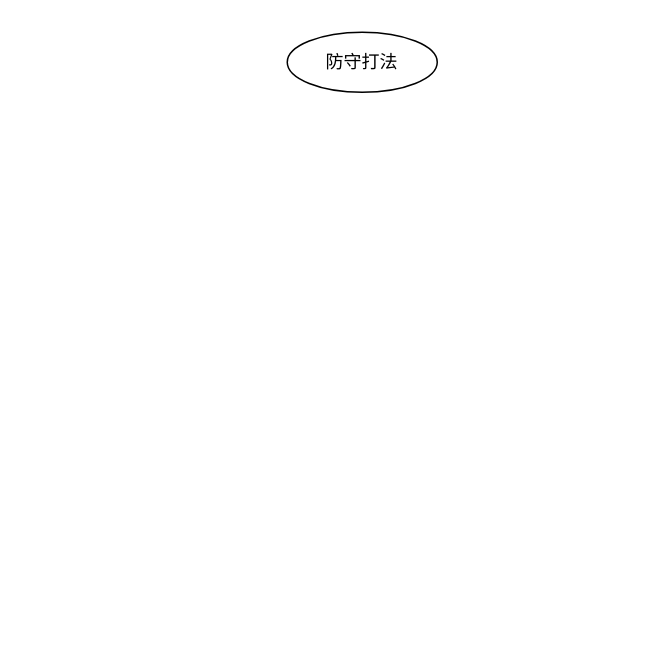
This is page "Page-1" (1 of 3) of 描述语言RDF图.drawio from Icarus1994/neutron_conf, a draw.io file, before an edit. Source tidied: cells renumbered, new cells numbered last; positions are measured from the earlier drawing's top-left corner, leaving out a move shared by most shapes. Both pictures are drawn from the tidied source at 150%, with x=0, y=0 at pixel (286, 32).
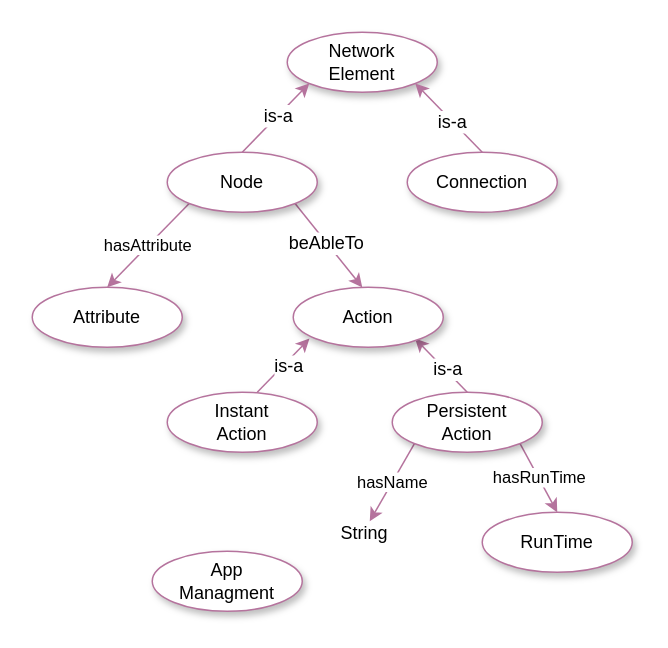
The same page after the edit.

Commit message:
Update 描述语言RDF图.drawio

The edit, as a diff of the source:
```diff
@@
-    <mxCell id="2" value="防守打法" style="ellipse;whiteSpace=wrap;html=1;align=center;" parent="1" vertex="1">
+    <mxCell id="2" value="Network&lt;br&gt;Element" style="ellipse;whiteSpace=wrap;html=1;align=center;shadow=1;fillColor=#FFFFFF;strokeColor=#B5739D;" parent="1" vertex="1">
       <mxGeometry width="100" height="40" as="geometry" />
     </mxCell>
+    <mxCell id="3" style="rounded=0;jettySize=auto;html=1;exitX=0.5;exitY=0;exitDx=0;exitDy=0;entryX=0;entryY=1;entryDx=0;entryDy=0;strokeColor=#B5739D;" parent="1" edge="1" source="18" target="2">
+      <mxGeometry relative="1" as="geometry" />
+    </mxCell>
+    <mxCell id="4" value="is-a" style="text;html=1;align=center;verticalAlign=middle;labelBackgroundColor=#ffffff;" parent="3" vertex="1">
+      <mxGeometry x="0.06" relative="1" as="geometry" />
+    </mxCell>
+    <mxCell id="5" style="edgeStyle=none;rounded=0;orthogonalLoop=1;jettySize=auto;html=1;exitX=1;exitY=1;exitDx=0;exitDy=0;entryX=0.5;entryY=0;entryDx=0;entryDy=0;strokeColor=#B5739D;" parent="1" edge="1">
+      <mxGeometry relative="1" as="geometry">
+        <mxPoint x="5.2" y="114.2" as="sourcePoint" />
+        <mxPoint x="50" y="170" as="targetPoint" />
+      </mxGeometry>
+    </mxCell>
+    <mxCell id="6" value="beAbleTo" style="text;html=1;align=center;verticalAlign=middle;labelBackgroundColor=#ffffff;" parent="5" vertex="1">
+      <mxGeometry x="-0.07" y="-1" relative="1" as="geometry" />
+    </mxCell>
+    <mxCell id="7" value="hasAttribute" style="edgeStyle=none;rounded=0;jettySize=auto;html=1;exitX=0;exitY=1;exitDx=0;exitDy=0;entryX=0.5;entryY=0;entryDx=0;entryDy=0;strokeColor=#B5739D;" parent="1" edge="1" source="18">
+      <mxGeometry relative="1" as="geometry">
+        <mxPoint x="-120" y="170" as="targetPoint" />
+      </mxGeometry>
+    </mxCell>
+    <mxCell id="8" style="edgeStyle=none;rounded=0;jettySize=auto;html=1;exitX=0.5;exitY=0;exitDx=0;exitDy=0;entryX=1;entryY=1;entryDx=0;entryDy=0;strokeColor=#B5739D;" parent="1" edge="1" source="17" target="2">
+      <mxGeometry relative="1" as="geometry" />
+    </mxCell>
+    <mxCell id="9" value="is-a" style="text;html=1;align=center;verticalAlign=middle;labelBackgroundColor=#ffffff;" parent="8" vertex="1">
+      <mxGeometry x="-0.1" y="1" relative="1" as="geometry" />
+    </mxCell>
+    <mxCell id="10" style="edgeStyle=none;rounded=0;orthogonalLoop=1;jettySize=auto;html=1;exitX=0.5;exitY=0;exitDx=0;exitDy=0;entryX=0;entryY=1;entryDx=0;entryDy=0;strokeColor=#B5739D;" parent="1" edge="1">
+      <mxGeometry relative="1" as="geometry">
+        <mxPoint x="-20" y="240" as="sourcePoint" />
+        <mxPoint x="14.8" y="204.2" as="targetPoint" />
+      </mxGeometry>
+    </mxCell>
+    <mxCell id="11" value="is-a" style="text;html=1;align=center;verticalAlign=middle;labelBackgroundColor=#ffffff;" parent="10" vertex="1">
+      <mxGeometry x="0.08" y="-3" relative="1" as="geometry" />
+    </mxCell>
+    <mxCell id="12" style="edgeStyle=none;rounded=0;orthogonalLoop=1;jettySize=auto;html=1;exitX=0.5;exitY=0;exitDx=0;exitDy=0;entryX=1;entryY=1;entryDx=0;entryDy=0;strokeColor=#B5739D;" parent="1" edge="1">
+      <mxGeometry relative="1" as="geometry">
+        <mxPoint x="120" y="240" as="sourcePoint" />
+        <mxPoint x="85.2" y="204.2" as="targetPoint" />
+      </mxGeometry>
+    </mxCell>
+    <mxCell id="13" value="is-a" style="text;html=1;align=center;verticalAlign=middle;labelBackgroundColor=#ffffff;" parent="12" vertex="1">
+      <mxGeometry x="-0.17" y="-1" relative="1" as="geometry" />
+    </mxCell>
+    <mxCell id="14" value="hasName" style="edgeStyle=none;rounded=0;jettySize=auto;html=1;exitX=0;exitY=1;exitDx=0;exitDy=0;entryX=0.5;entryY=0.231;entryDx=0;entryDy=0;entryPerimeter=0;strokeColor=#B5739D;" parent="1" edge="1" target="16">
+      <mxGeometry relative="1" as="geometry">
+        <mxPoint x="84.8" y="274.2" as="sourcePoint" />
+      </mxGeometry>
+    </mxCell>
+    <mxCell id="15" value="hasRunTime" style="edgeStyle=none;rounded=0;orthogonalLoop=1;jettySize=auto;html=1;exitX=1;exitY=1;exitDx=0;exitDy=0;entryX=0.5;entryY=0;entryDx=0;entryDy=0;strokeColor=#B5739D;" parent="1" edge="1">
+      <mxGeometry relative="1" as="geometry">
+        <mxPoint x="155.2" y="274.2" as="sourcePoint" />
+        <mxPoint x="180" y="320" as="targetPoint" />
+      </mxGeometry>
+    </mxCell>
+    <mxCell id="16" value="String" style="text;strokeColor=none;fillColor=none;spacingLeft=4;spacingRight=4;overflow=hidden;points=[[0,0.5],[1,0.5]];portConstraint=eastwest;fontSize=12;" parent="1" vertex="1">
+      <mxGeometry x="30" y="320" width="50" height="26" as="geometry" />
+    </mxCell>
+    <mxCell id="17" value="Connection" style="ellipse;whiteSpace=wrap;html=1;align=center;shadow=1;fillColor=#FFFFFF;strokeColor=#B5739D;" parent="1" vertex="1">
+      <mxGeometry x="80" y="80" width="100" height="40" as="geometry" />
+    </mxCell>
+    <mxCell id="18" value="Node" style="ellipse;whiteSpace=wrap;html=1;align=center;shadow=1;fillColor=#FFFFFF;strokeColor=#B5739D;" parent="1" vertex="1">
+      <mxGeometry x="-80" y="80" width="100" height="40" as="geometry" />
+    </mxCell>
+    <mxCell id="19" value="Attribute" style="ellipse;whiteSpace=wrap;html=1;align=center;shadow=1;fillColor=#FFFFFF;strokeColor=#B5739D;" parent="1" vertex="1">
+      <mxGeometry x="-170" y="170" width="100" height="40" as="geometry" />
+    </mxCell>
+    <mxCell id="20" value="Action" style="ellipse;whiteSpace=wrap;html=1;align=center;shadow=1;fillColor=#FFFFFF;strokeColor=#B5739D;" parent="1" vertex="1">
+      <mxGeometry x="4" y="170" width="100" height="40" as="geometry" />
+    </mxCell>
+    <mxCell id="21" value="Instant&lt;br&gt;Action" style="ellipse;whiteSpace=wrap;html=1;align=center;shadow=1;fillColor=#FFFFFF;strokeColor=#B5739D;" parent="1" vertex="1">
+      <mxGeometry x="-80" y="240" width="100" height="40" as="geometry" />
+    </mxCell>
+    <mxCell id="22" value="Persistent&lt;br&gt;Action" style="ellipse;whiteSpace=wrap;html=1;align=center;shadow=1;fillColor=#FFFFFF;strokeColor=#B5739D;" parent="1" vertex="1">
+      <mxGeometry x="70" y="240" width="100" height="40" as="geometry" />
+    </mxCell>
+    <mxCell id="23" value="RunTime" style="ellipse;whiteSpace=wrap;html=1;align=center;shadow=1;fillColor=#FFFFFF;strokeColor=#B5739D;" parent="1" vertex="1">
+      <mxGeometry x="130" y="320" width="100" height="40" as="geometry" />
+    </mxCell>
+    <mxCell id="24" value="App&lt;br&gt;Managment" style="ellipse;whiteSpace=wrap;html=1;align=center;shadow=1;fillColor=#FFFFFF;strokeColor=#B5739D;" parent="1" vertex="1">
+      <mxGeometry x="-90" y="346" width="100" height="40" as="geometry" />
+    </mxCell>
```
